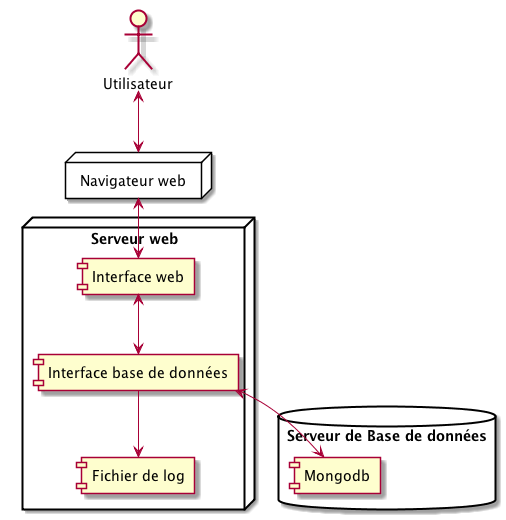
Above: Partie 6/deployment_diagram.png in jejeb32/aa2 (PlantUML), before the change. Its diagram source:
```plantuml
@startuml

actor Utilisateur

node "Navigateur web" as web_browser {
}

node "Serveur web" as web_server {
[Interface web]
[Interface base de données]
[Fichier de log]
}

database "Serveur de Base de données" as database_server {
[Mongodb]
}

Utilisateur <--> web_browser
web_browser <--> [Interface web]
[Interface web] <--> [Interface base de données]
[Interface base de données] --> [Fichier de log]
[Interface base de données] <--> [Mongodb]

@enduml
```
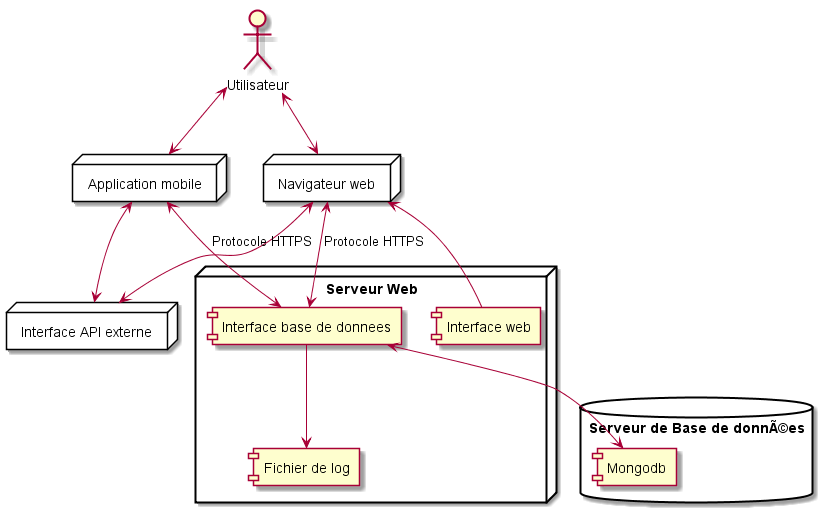
The same file after the commit.

The edit, as a diff of the source:
```diff
@@ -5,9 +5,15 @@
 node "Navigateur web" as web_browser {
 }
 
-node "Serveur web" as web_server {
+node "Interface API externe" as extern_api {
+}
+
+node "Application mobile" as mobile_app {
+}
+
+node "Serveur Web" as api_server {
 [Interface web]
-[Interface base de données]
+[Interface base de donnees]
 [Fichier de log]
 }
 
@@ -16,9 +22,13 @@
 }
 
 Utilisateur <--> web_browser
-web_browser <--> [Interface web]
-[Interface web] <--> [Interface base de données]
-[Interface base de données] --> [Fichier de log]
-[Interface base de données] <--> [Mongodb]
+Utilisateur <--> mobile_app
+web_browser <-- [Interface web]
+[Interface base de donnees] --> [Fichier de log]
+[Interface base de donnees] <--> [Mongodb]
+web_browser <--> [Interface base de donnees] : "Protocole HTTPS"
+web_browser <--> extern_api
+mobile_app <--> [Interface base de donnees] : "Protocole HTTPS"
+mobile_app <--> extern_api
 
 @enduml
```
